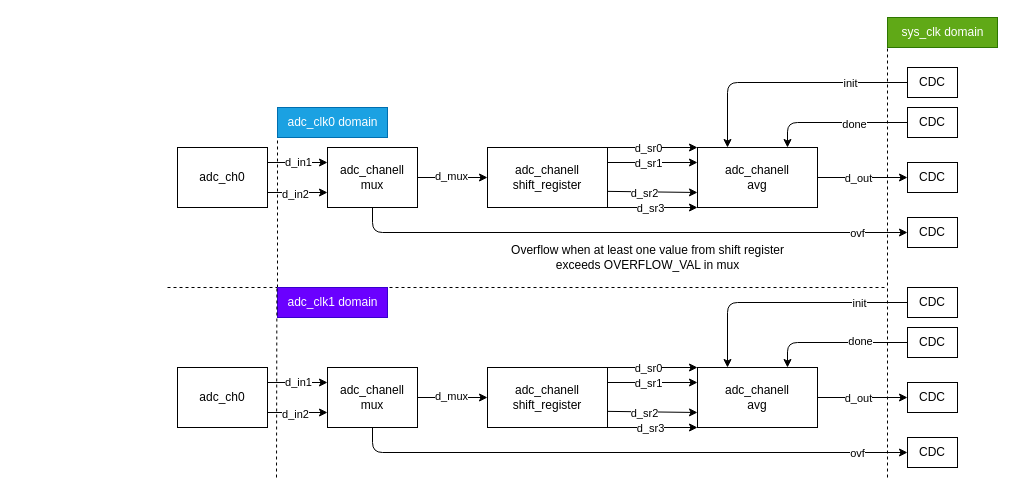
The draw.io diagram sch/adc_chanell.drawio in alice-fit-fee-upgrade/FIT_PM_GW_CPLD, before the edit. Source tidied: cells renumbered, new cells numbered last; positions are measured from the earlier drawing's top-left corner, leaving out a move shared by most shapes. Both pictures are drawn from the tidied source at 100%, with x=0, y=0 at pixel (167, 17).
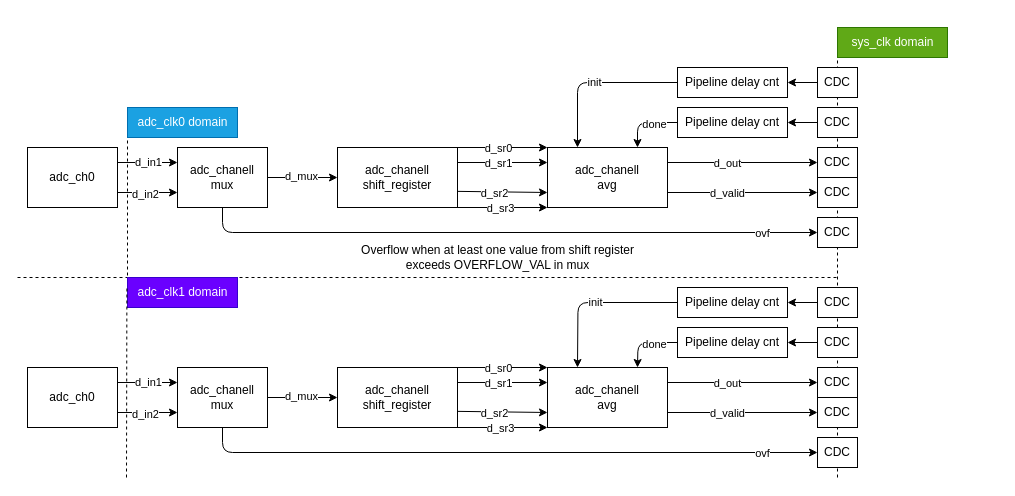
The same page after the edit.

What changed in the source:
```diff
@@
     <mxCell id="2" value="adc_ch0" style="rounded=0;whiteSpace=wrap;html=1;" parent="1" vertex="1">
-      <mxGeometry x="10" y="130" width="90" height="60" as="geometry" />
+      <mxGeometry x="-140" y="130" width="90" height="60" as="geometry" />
     </mxCell>
@@
     <mxCell id="5" style="edgeStyle=elbowEdgeStyle;html=1;entryX=0;entryY=0.5;entryDx=0;entryDy=0;" parent="1" edge="1" source="7" target="55">
       <mxGeometry relative="1" as="geometry">
         <Array as="points">
-          <mxPoint x="205" y="200" />
+          <mxPoint x="55" y="200" />
         </Array>
       </mxGeometry>
     </mxCell>
@@
     <mxCell id="7" value="adc_chanell&lt;div&gt;mux&lt;/div&gt;" style="rounded=0;whiteSpace=wrap;html=1;" parent="1" vertex="1">
-      <mxGeometry x="160" y="130" width="90" height="60" as="geometry" />
+      <mxGeometry x="10" y="130" width="90" height="60" as="geometry" />
     </mxCell>
@@
     <mxCell id="12" value="adc_chanell&lt;div&gt;shift_register&lt;/div&gt;" style="rounded=0;whiteSpace=wrap;html=1;" parent="1" vertex="1">
-      <mxGeometry x="320" y="130" width="120" height="60" as="geometry" />
+      <mxGeometry x="170" y="130" width="120" height="60" as="geometry" />
     </mxCell>
@@
-    <mxCell id="21" style="edgeStyle=none;html=1;" parent="1" edge="1" source="23">
-      <mxGeometry relative="1" as="geometry">
-        <mxPoint x="740" y="160" as="targetPoint" />
-      </mxGeometry>
+    <mxCell id="21" style="edgeStyle=none;html=1;entryX=0;entryY=0.5;entryDx=0;entryDy=0;exitX=1;exitY=0.25;exitDx=0;exitDy=0;" parent="1" edge="1" source="23" target="54">
+      <mxGeometry relative="1" as="geometry" />
     </mxCell>
@@
     <mxCell id="23" value="adc_chanell&lt;div&gt;avg&lt;/div&gt;" style="rounded=0;whiteSpace=wrap;html=1;" parent="1" vertex="1">
-      <mxGeometry x="530" y="130" width="120" height="60" as="geometry" />
+      <mxGeometry x="380" y="130" width="120" height="60" as="geometry" />
     </mxCell>
     <mxCell id="24" value="Overflow when at least one value from shift register&lt;div&gt;exceeds OVERFLOW_VAL in mux&lt;/div&gt;" style="text;html=1;align=center;verticalAlign=middle;strokeColor=none;fillColor=none;" parent="1" vertex="1">
-      <mxGeometry x="330" y="220" width="300" height="40" as="geometry" />
+      <mxGeometry x="180" y="220" width="300" height="40" as="geometry" />
     </mxCell>
     <mxCell id="25" style="endArrow=none;dashed=1;html=1;" parent="1" edge="1">
       <mxGeometry relative="1" as="geometry">
-        <mxPoint x="110" y="270" as="sourcePoint" />
-        <mxPoint x="110" y="90" as="targetPoint" />
+        <mxPoint x="-40" y="270" as="sourcePoint" />
+        <mxPoint x="-40" y="90" as="targetPoint" />
       </mxGeometry>
     </mxCell>
     <mxCell id="26" value="adc_clk0 domain" style="text;html=1;align=center;verticalAlign=middle;strokeColor=#006EAF;fillColor=#1ba1e2;fontColor=#ffffff;" parent="1" vertex="1">
-      <mxGeometry x="110" y="90" width="110" height="30" as="geometry" />
+      <mxGeometry x="-40" y="90" width="110" height="30" as="geometry" />
     </mxCell>
     <mxCell id="27" style="endArrow=none;dashed=1;html=1;" parent="1" edge="1">
       <mxGeometry relative="1" as="geometry">
-        <mxPoint y="270" as="sourcePoint" />
-        <mxPoint x="720" y="270" as="targetPoint" />
+        <mxPoint x="-150" y="260" as="sourcePoint" />
+        <mxPoint x="670" y="260" as="targetPoint" />
       </mxGeometry>
     </mxCell>
     <mxCell id="28" value="adc_clk1 domain" style="text;html=1;align=center;verticalAlign=middle;strokeColor=#3700CC;fillColor=#6a00ff;fontColor=#ffffff;" parent="1" vertex="1">
-      <mxGeometry x="110" y="270" width="110" height="30" as="geometry" />
+      <mxGeometry x="-40" y="260" width="110" height="30" as="geometry" />
     </mxCell>
     <mxCell id="29" style="endArrow=none;dashed=1;html=1;" parent="1" edge="1">
       <mxGeometry relative="1" as="geometry">
-        <mxPoint x="109" y="460" as="sourcePoint" />
-        <mxPoint x="109.4" y="270" as="targetPoint" />
+        <mxPoint x="-41" y="460" as="sourcePoint" />
+        <mxPoint x="-40.6" y="270" as="targetPoint" />
       </mxGeometry>
     </mxCell>
     <mxCell id="30" value="adc_ch0" style="rounded=0;whiteSpace=wrap;html=1;" parent="1" vertex="1">
-      <mxGeometry x="10" y="350" width="90" height="60" as="geometry" />
+      <mxGeometry x="-140" y="350" width="90" height="60" as="geometry" />
     </mxCell>
@@
     <mxCell id="33" style="edgeStyle=elbowEdgeStyle;html=1;entryX=0;entryY=0.5;entryDx=0;entryDy=0;" parent="1" edge="1" source="35" target="57">
       <mxGeometry relative="1" as="geometry">
         <Array as="points">
-          <mxPoint x="205" y="420" />
+          <mxPoint x="55" y="420" />
         </Array>
       </mxGeometry>
     </mxCell>
@@
     <mxCell id="35" value="adc_chanell&lt;div&gt;mux&lt;/div&gt;" style="rounded=0;whiteSpace=wrap;html=1;" parent="1" vertex="1">
-      <mxGeometry x="160" y="350" width="90" height="60" as="geometry" />
+      <mxGeometry x="10" y="350" width="90" height="60" as="geometry" />
     </mxCell>
@@
     <mxCell id="40" value="adc_chanell&lt;div&gt;shift_register&lt;/div&gt;" style="rounded=0;whiteSpace=wrap;html=1;" parent="1" vertex="1">
-      <mxGeometry x="320" y="350" width="120" height="60" as="geometry" />
+      <mxGeometry x="170" y="350" width="120" height="60" as="geometry" />
     </mxCell>
@@
-    <mxCell id="49" style="edgeStyle=none;html=1;" parent="1" edge="1" source="51">
-      <mxGeometry relative="1" as="geometry">
-        <mxPoint x="740" y="380" as="targetPoint" />
-      </mxGeometry>
+    <mxCell id="49" style="edgeStyle=none;html=1;entryX=0;entryY=0.5;entryDx=0;entryDy=0;exitX=1;exitY=0.25;exitDx=0;exitDy=0;" parent="1" edge="1" source="51" target="56">
+      <mxGeometry relative="1" as="geometry" />
     </mxCell>
@@
     <mxCell id="51" value="adc_chanell&lt;div&gt;avg&lt;/div&gt;" style="rounded=0;whiteSpace=wrap;html=1;" parent="1" vertex="1">
-      <mxGeometry x="530" y="350" width="120" height="60" as="geometry" />
+      <mxGeometry x="380" y="350" width="120" height="60" as="geometry" />
     </mxCell>
     <mxCell id="52" style="endArrow=none;dashed=1;html=1;" parent="1" edge="1">
       <mxGeometry relative="1" as="geometry">
-        <mxPoint x="720" y="460" as="sourcePoint" />
-        <mxPoint x="720" as="targetPoint" />
+        <mxPoint x="670" y="460" as="sourcePoint" />
+        <mxPoint x="670" y="10" as="targetPoint" />
       </mxGeometry>
     </mxCell>
     <mxCell id="53" value="sys_clk domain" style="text;html=1;align=center;verticalAlign=middle;strokeColor=#2D7600;fillColor=#60a917;fontColor=#ffffff;" parent="1" vertex="1">
-      <mxGeometry x="720" width="110" height="30" as="geometry" />
+      <mxGeometry x="670" y="10" width="110" height="30" as="geometry" />
     </mxCell>
     <mxCell id="54" value="CDC" style="rounded=0;whiteSpace=wrap;html=1;" parent="1" vertex="1">
-      <mxGeometry x="740" y="145" width="50" height="30" as="geometry" />
+      <mxGeometry x="650" y="130" width="40" height="30" as="geometry" />
     </mxCell>
     <mxCell id="55" value="CDC" style="rounded=0;whiteSpace=wrap;html=1;" parent="1" vertex="1">
-      <mxGeometry x="740" y="200" width="50" height="30" as="geometry" />
+      <mxGeometry x="650" y="200" width="40" height="30" as="geometry" />
     </mxCell>
     <mxCell id="56" value="CDC" style="rounded=0;whiteSpace=wrap;html=1;" parent="1" vertex="1">
-      <mxGeometry x="740" y="365" width="50" height="30" as="geometry" />
+      <mxGeometry x="650" y="350" width="40" height="30" as="geometry" />
     </mxCell>
     <mxCell id="57" value="CDC" style="rounded=0;whiteSpace=wrap;html=1;" parent="1" vertex="1">
-      <mxGeometry x="740" y="420" width="50" height="30" as="geometry" />
+      <mxGeometry x="650" y="420" width="40" height="30" as="geometry" />
     </mxCell>
-    <mxCell id="58" style="edgeStyle=orthogonalEdgeStyle;html=1;entryX=0.75;entryY=0;entryDx=0;entryDy=0;elbow=vertical;" parent="1" edge="1" source="60" target="23">
-      <mxGeometry relative="1" as="geometry" />
-    </mxCell>
-    <mxCell id="59" value="done" style="edgeLabel;html=1;align=center;verticalAlign=middle;" parent="58" vertex="1">
-      <mxGeometry x="-0.25" y="1" relative="1" as="geometry" />
-    </mxCell>
+    <mxCell id="70" style="edgeStyle=none;html=1;entryX=1;entryY=0.5;entryDx=0;entryDy=0;" parent="1" edge="1" source="60" target="76">
+      <mxGeometry relative="1" as="geometry" />
+    </mxCell>
     <mxCell id="60" value="CDC" style="rounded=0;whiteSpace=wrap;html=1;" parent="1" vertex="1">
-      <mxGeometry x="740" y="90" width="50" height="30" as="geometry" />
+      <mxGeometry x="650" y="90" width="40" height="30" as="geometry" />
     </mxCell>
-    <mxCell id="61" style="edgeStyle=orthogonalEdgeStyle;html=1;entryX=0.25;entryY=0;entryDx=0;entryDy=0;elbow=vertical;exitX=0;exitY=0.5;exitDx=0;exitDy=0;" parent="1" edge="1" source="63" target="23">
-      <mxGeometry relative="1" as="geometry" />
-    </mxCell>
-    <mxCell id="62" value="init" style="edgeLabel;html=1;align=center;verticalAlign=middle;" parent="61" vertex="1">
-      <mxGeometry x="-0.53" y="-2" relative="1" as="geometry">
-        <mxPoint y="2" as="offset" />
-      </mxGeometry>
-    </mxCell>
+    <mxCell id="71" style="edgeStyle=none;html=1;entryX=1;entryY=0.5;entryDx=0;entryDy=0;" parent="1" edge="1" source="63" target="73">
+      <mxGeometry relative="1" as="geometry" />
+    </mxCell>
     <mxCell id="63" value="CDC" style="rounded=0;whiteSpace=wrap;html=1;" parent="1" vertex="1">
-      <mxGeometry x="740" y="50" width="50" height="30" as="geometry" />
+      <mxGeometry x="650" y="50" width="40" height="30" as="geometry" />
     </mxCell>
-    <mxCell id="64" style="edgeStyle=orthogonalEdgeStyle;html=1;entryX=0.75;entryY=0;entryDx=0;entryDy=0;" parent="1" edge="1" source="66" target="51">
-      <mxGeometry relative="1" as="geometry" />
-    </mxCell>
-    <mxCell id="65" value="done" style="edgeLabel;html=1;align=center;verticalAlign=middle;" parent="64" vertex="1">
-      <mxGeometry x="-0.34" y="-2" relative="1" as="geometry" />
-    </mxCell>
     <mxCell id="66" value="CDC" style="rounded=0;whiteSpace=wrap;html=1;" parent="1" vertex="1">
-      <mxGeometry x="740" y="310" width="50" height="30" as="geometry" />
+      <mxGeometry x="650" y="310" width="40" height="30" as="geometry" />
     </mxCell>
-    <mxCell id="67" style="edgeStyle=orthogonalEdgeStyle;html=1;entryX=0.25;entryY=0;entryDx=0;entryDy=0;" parent="1" edge="1" source="69" target="51">
-      <mxGeometry relative="1" as="geometry" />
-    </mxCell>
-    <mxCell id="68" value="init" style="edgeLabel;html=1;align=center;verticalAlign=middle;" parent="67" vertex="1">
-      <mxGeometry x="-0.58" y="2" relative="1" as="geometry">
-        <mxPoint x="2" y="-2" as="offset" />
-      </mxGeometry>
-    </mxCell>
     <mxCell id="69" value="CDC" style="rounded=0;whiteSpace=wrap;html=1;" parent="1" vertex="1">
-      <mxGeometry x="740" y="270" width="50" height="30" as="geometry" />
+      <mxGeometry x="650" y="270" width="40" height="30" as="geometry" />
     </mxCell>
+    <mxCell id="72" value="init" style="edgeStyle=orthogonalEdgeStyle;html=1;entryX=0.25;entryY=0;entryDx=0;entryDy=0;" parent="1" edge="1" source="73" target="23">
+      <mxGeometry relative="1" as="geometry" />
+    </mxCell>
+    <mxCell id="73" value="Pipeline delay cnt" style="rounded=0;whiteSpace=wrap;html=1;" parent="1" vertex="1">
+      <mxGeometry x="510" y="50" width="110" height="30" as="geometry" />
+    </mxCell>
+    <mxCell id="74" style="edgeStyle=orthogonalEdgeStyle;html=1;entryX=0.75;entryY=0;entryDx=0;entryDy=0;" parent="1" edge="1" source="76" target="23">
+      <mxGeometry relative="1" as="geometry" />
+    </mxCell>
+    <mxCell id="75" value="done" style="edgeLabel;html=1;align=center;verticalAlign=middle;" parent="74" vertex="1">
+      <mxGeometry x="-0.25" y="1" relative="1" as="geometry" />
+    </mxCell>
+    <mxCell id="76" value="Pipeline delay cnt" style="rounded=0;whiteSpace=wrap;html=1;" parent="1" vertex="1">
+      <mxGeometry x="510" y="90" width="110" height="30" as="geometry" />
+    </mxCell>
+    <mxCell id="77" style="edgeStyle=none;html=1;entryX=1;entryY=0.5;entryDx=0;entryDy=0;" parent="1" edge="1" target="83">
+      <mxGeometry relative="1" as="geometry">
+        <mxPoint x="650" y="325" as="sourcePoint" />
+      </mxGeometry>
+    </mxCell>
+    <mxCell id="78" style="edgeStyle=none;html=1;entryX=1;entryY=0.5;entryDx=0;entryDy=0;" parent="1" edge="1" target="80">
+      <mxGeometry relative="1" as="geometry">
+        <mxPoint x="650" y="285" as="sourcePoint" />
+      </mxGeometry>
+    </mxCell>
+    <mxCell id="79" value="init" style="edgeStyle=orthogonalEdgeStyle;html=1;entryX=0.25;entryY=0;entryDx=0;entryDy=0;" parent="1" edge="1" source="80">
+      <mxGeometry relative="1" as="geometry">
+        <mxPoint x="410" y="350" as="targetPoint" />
+      </mxGeometry>
+    </mxCell>
+    <mxCell id="80" value="Pipeline delay cnt" style="rounded=0;whiteSpace=wrap;html=1;" parent="1" vertex="1">
+      <mxGeometry x="510" y="270" width="110" height="30" as="geometry" />
+    </mxCell>
+    <mxCell id="81" style="edgeStyle=orthogonalEdgeStyle;html=1;entryX=0.75;entryY=0;entryDx=0;entryDy=0;" parent="1" edge="1" source="83">
+      <mxGeometry relative="1" as="geometry">
+        <mxPoint x="470" y="350" as="targetPoint" />
+      </mxGeometry>
+    </mxCell>
+    <mxCell id="82" value="done" style="edgeLabel;html=1;align=center;verticalAlign=middle;" parent="81" vertex="1">
+      <mxGeometry x="-0.25" y="1" relative="1" as="geometry" />
+    </mxCell>
+    <mxCell id="83" value="Pipeline delay cnt" style="rounded=0;whiteSpace=wrap;html=1;" parent="1" vertex="1">
+      <mxGeometry x="510" y="310" width="110" height="30" as="geometry" />
+    </mxCell>
+    <mxCell id="84" style="edgeStyle=none;html=1;entryX=0;entryY=0.5;entryDx=0;entryDy=0;exitX=1;exitY=0.25;exitDx=0;exitDy=0;" parent="1" edge="1" target="86">
+      <mxGeometry relative="1" as="geometry">
+        <mxPoint x="500" y="175" as="sourcePoint" />
+      </mxGeometry>
+    </mxCell>
+    <mxCell id="85" value="d_valid" style="edgeLabel;html=1;align=center;verticalAlign=middle;" parent="84" vertex="1">
+      <mxGeometry x="-0.34" y="2" relative="1" as="geometry">
+        <mxPoint x="10" y="2" as="offset" />
+      </mxGeometry>
+    </mxCell>
+    <mxCell id="86" value="CDC" style="rounded=0;whiteSpace=wrap;html=1;" parent="1" vertex="1">
+      <mxGeometry x="650" y="160" width="40" height="30" as="geometry" />
+    </mxCell>
+    <mxCell id="87" style="edgeStyle=none;html=1;entryX=0;entryY=0.5;entryDx=0;entryDy=0;exitX=1;exitY=0.25;exitDx=0;exitDy=0;" parent="1" edge="1" target="89">
+      <mxGeometry relative="1" as="geometry">
+        <mxPoint x="500" y="395" as="sourcePoint" />
+      </mxGeometry>
+    </mxCell>
+    <mxCell id="88" value="d_valid" style="edgeLabel;html=1;align=center;verticalAlign=middle;" parent="87" vertex="1">
+      <mxGeometry x="-0.34" y="2" relative="1" as="geometry">
+        <mxPoint x="10" y="2" as="offset" />
+      </mxGeometry>
+    </mxCell>
+    <mxCell id="89" value="CDC" style="rounded=0;whiteSpace=wrap;html=1;" parent="1" vertex="1">
+      <mxGeometry x="650" y="380" width="40" height="30" as="geometry" />
+    </mxCell>
```
